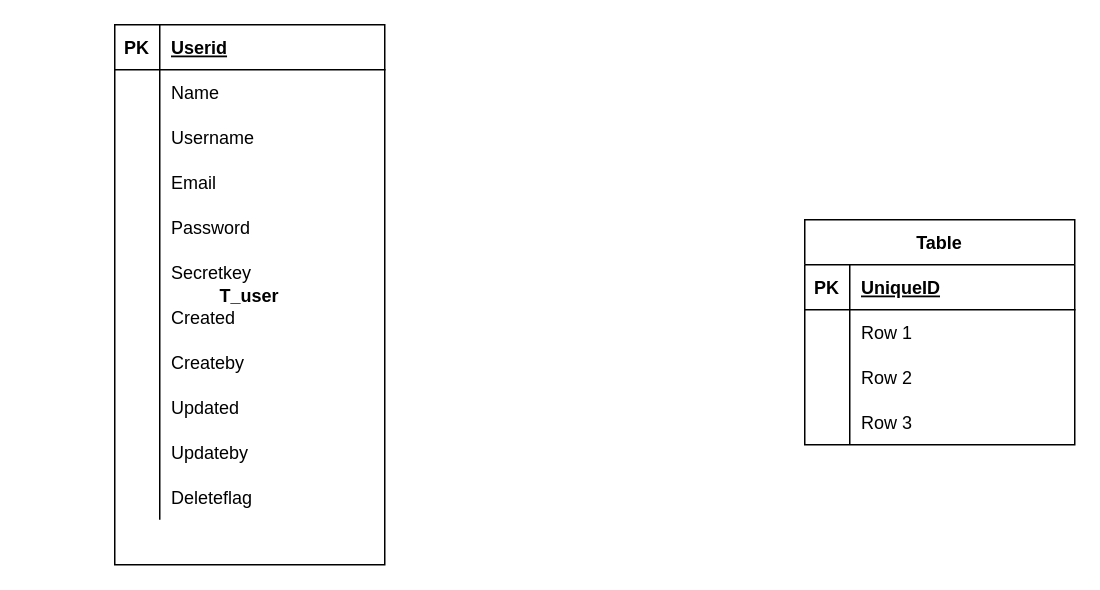
Before: erd/system/Ducelle-system.drawio in sluvie/ducelle-ERP, a draw.io diagram. Source tidied: cells renumbered, new cells numbered last; positions are measured from the earlier drawing's top-left corner, leaving out a move shared by most shapes. Both pictures are drawn from the tidied source at 150%, with x=0, y=0 at pixel (114, 24).
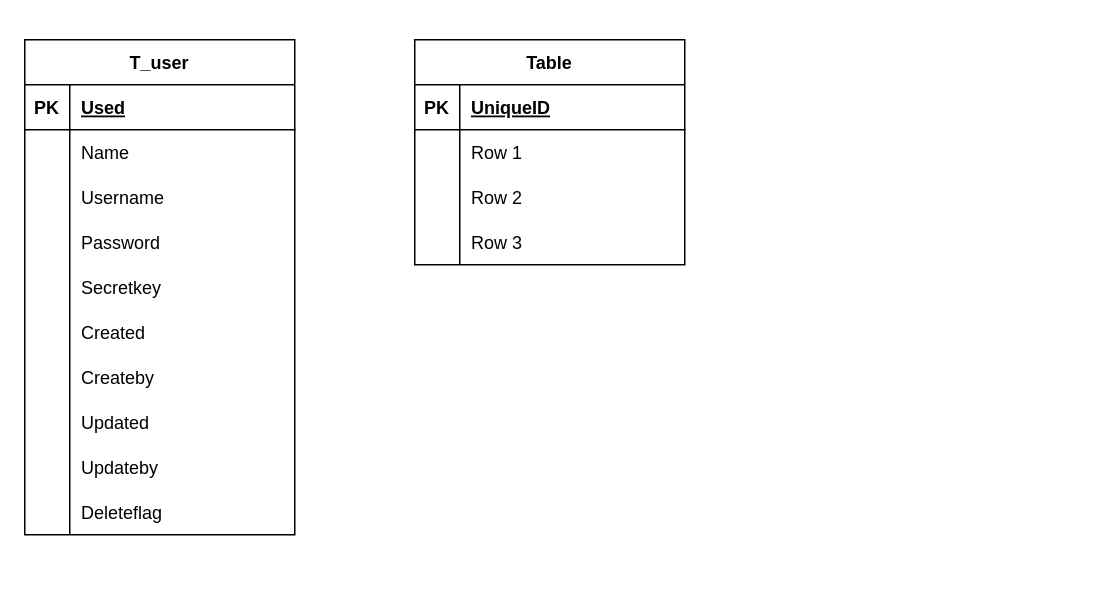
After the change.

The change refers to these unchanged cells:
```xml
<mxCell id="18" style="shape=tableRow;horizontal=0;startSize=0;swimlaneHead=0;swimlaneBody=0;fillColor=none;top=0;left=0;right=0;bottom=0;" parent="2" vertex="1">
  <mxGeometry y="150" width="180" height="30" as="geometry" />
</mxCell>
<mxCell id="21" style="shape=tableRow;horizontal=0;startSize=0;swimlaneHead=0;swimlaneBody=0;fillColor=none;top=0;left=0;right=0;bottom=0;" parent="2" vertex="1">
  <mxGeometry y="180" width="180" height="30" as="geometry" />
</mxCell>
<mxCell id="24" style="shape=tableRow;horizontal=0;startSize=0;swimlaneHead=0;swimlaneBody=0;fillColor=none;top=0;left=0;right=0;bottom=0;" parent="2" vertex="1">
  <mxGeometry y="210" width="180" height="30" as="geometry" />
</mxCell>
<mxCell id="27" style="shape=tableRow;horizontal=0;startSize=0;swimlaneHead=0;swimlaneBody=0;fillColor=none;top=0;left=0;right=0;bottom=0;" parent="2" vertex="1">
  <mxGeometry y="240" width="180" height="30" as="geometry" />
</mxCell>
<mxCell id="30" style="shape=tableRow;horizontal=0;startSize=0;swimlaneHead=0;swimlaneBody=0;fillColor=none;top=0;left=0;right=0;bottom=0;" parent="2" vertex="1">
  <mxGeometry y="270" width="180" height="30" as="geometry" />
</mxCell>
<mxCell id="33" style="shape=tableRow;horizontal=0;startSize=0;swimlaneHead=0;swimlaneBody=0;fillColor=none;top=0;left=0;right=0;bottom=0;" parent="2" vertex="1">
  <mxGeometry y="300" width="180" height="30" as="geometry" />
</mxCell>
```

The edit, as a diff of the source:
```diff
@@
+    <mxCell id="36" value="Table" style="shape=table;startSize=30;childLayout=tableLayout;rowLines=0;fontStyle=1;align=center;" parent="1" vertex="1">
+      <mxGeometry x="200" y="10" width="180" height="150" as="geometry" />
+    </mxCell>
+    <mxCell id="49" style="shape=tableRow;horizontal=0;startSize=0;swimlaneHead=0;swimlaneBody=0;fillColor=none;top=0;left=0;right=0;bottom=1;" parent="36" vertex="1">
+      <mxGeometry y="30" width="180" height="30" as="geometry" />
+    </mxCell>
+    <mxCell id="50" value="PK" style="shape=partialRectangle;fillColor=none;top=0;left=0;bottom=0;right=0;fontStyle=1;overflow=hidden;" parent="49" vertex="1">
+      <mxGeometry width="30" height="30" as="geometry" />
+    </mxCell>
+    <mxCell id="39" value="UniqueID" style="shape=partialRectangle;fillColor=none;top=0;left=0;bottom=0;right=0;align=left;spacingLeft=6;fontStyle=5;overflow=hidden;" parent="49" vertex="1">
+      <mxGeometry x="30" width="150" height="30" as="geometry" />
+    </mxCell>
+    <mxCell id="51" style="shape=tableRow;horizontal=0;startSize=0;swimlaneHead=0;swimlaneBody=0;fillColor=none;top=0;left=0;right=0;bottom=0;" parent="36" vertex="1">
+      <mxGeometry y="60" width="180" height="30" as="geometry" />
+    </mxCell>
+    <mxCell id="52" style="shape=partialRectangle;fillColor=none;top=0;left=0;bottom=0;right=0;overflow=hidden;" parent="51" vertex="1">
+      <mxGeometry width="30" height="30" as="geometry" />
+    </mxCell>
+    <mxCell id="42" value="Row 1" style="shape=partialRectangle;fillColor=none;top=0;left=0;bottom=0;right=0;align=left;spacingLeft=6;overflow=hidden;" parent="51" vertex="1">
+      <mxGeometry x="30" width="150" height="30" as="geometry" />
+    </mxCell>
+    <mxCell id="53" style="shape=tableRow;horizontal=0;startSize=0;swimlaneHead=0;swimlaneBody=0;fillColor=none;top=0;left=0;right=0;bottom=0;" parent="36" vertex="1">
+      <mxGeometry y="90" width="180" height="30" as="geometry" />
+    </mxCell>
+    <mxCell id="54" style="shape=partialRectangle;fillColor=none;top=0;left=0;bottom=0;right=0;overflow=hidden;" parent="53" vertex="1">
+      <mxGeometry width="30" height="30" as="geometry" />
+    </mxCell>
+    <mxCell id="45" value="Row 2" style="shape=partialRectangle;fillColor=none;top=0;left=0;bottom=0;right=0;align=left;spacingLeft=6;overflow=hidden;" parent="53" vertex="1">
+      <mxGeometry x="30" width="150" height="30" as="geometry" />
+    </mxCell>
+    <mxCell id="55" style="shape=tableRow;horizontal=0;startSize=0;swimlaneHead=0;swimlaneBody=0;fillColor=none;top=0;left=0;right=0;bottom=0;" parent="36" vertex="1">
+      <mxGeometry y="120" width="180" height="30" as="geometry" />
+    </mxCell>
+    <mxCell id="56" style="shape=partialRectangle;fillColor=none;top=0;left=0;bottom=0;right=0;overflow=hidden;" parent="55" vertex="1">
+      <mxGeometry width="30" height="30" as="geometry" />
+    </mxCell>
+    <mxCell id="48" value="Row 3" style="shape=partialRectangle;fillColor=none;top=0;left=0;bottom=0;right=0;align=left;spacingLeft=6;overflow=hidden;" parent="55" vertex="1">
+      <mxGeometry x="30" width="150" height="30" as="geometry" />
+    </mxCell>
-    <mxCell id="2" value="T_user" style="shape=table;startSize=0;childLayout=tableLayout;rowLines=0;fontStyle=1;align=center;" parent="1" vertex="1">
-      <mxGeometry width="180" height="360" as="geometry" />
+    <mxCell id="2" value="T_user" style="shape=table;startSize=30;childLayout=tableLayout;rowLines=0;fontStyle=1;align=center;" parent="1" vertex="1">
+      <mxGeometry x="-60" y="10" width="180" height="330" as="geometry" />
     </mxCell>
-    <mxCell id="3" style="shape=tableRow;horizontal=0;startSize=0;swimlaneHead=0;swimlaneBody=0;fillColor=none;top=0;left=0;right=0;bottom=1;" parent="2" vertex="1">
-      <mxGeometry width="180" height="30" as="geometry" />
-    </mxCell>
-    <mxCell id="4" value="PK" style="shape=partialRectangle;fillColor=none;top=0;left=0;bottom=0;right=0;fontStyle=1;overflow=hidden;" parent="3" vertex="1">
-      <mxGeometry width="30" height="30" as="geometry" />
-    </mxCell>
-    <mxCell id="5" value="Userid" style="shape=partialRectangle;fillColor=none;top=0;left=0;bottom=0;right=0;align=left;spacingLeft=6;fontStyle=5;overflow=hidden;" parent="3" vertex="1">
-      <mxGeometry x="30" width="150" height="30" as="geometry" />
-    </mxCell>
-    <mxCell id="6" style="shape=tableRow;horizontal=0;startSize=0;swimlaneHead=0;swimlaneBody=0;fillColor=none;top=0;left=0;right=0;bottom=0;" parent="2" vertex="1">
-      <mxGeometry y="30" width="180" height="30" as="geometry" />
-    </mxCell>
-    <mxCell id="7" style="shape=partialRectangle;fillColor=none;top=0;left=0;bottom=0;right=0;overflow=hidden;" parent="6" vertex="1">
-      <mxGeometry width="30" height="30" as="geometry" />
-    </mxCell>
+    <mxCell id="57" style="shape=tableRow;horizontal=0;startSize=0;swimlaneHead=0;swimlaneBody=0;fillColor=none;top=0;left=0;right=0;bottom=1;" parent="2" vertex="1">
+      <mxGeometry y="30" width="180" height="30" as="geometry" />
+    </mxCell>
+    <mxCell id="58" value="PK" style="shape=partialRectangle;fillColor=none;top=0;left=0;bottom=0;right=0;fontStyle=1;overflow=hidden;" parent="57" vertex="1">
+      <mxGeometry width="30" height="30" as="geometry" />
+    </mxCell>
+    <mxCell id="59" value="Used" style="shape=partialRectangle;fillColor=none;top=0;left=0;bottom=0;right=0;align=left;spacingLeft=6;fontStyle=5;overflow=hidden;" parent="57" vertex="1">
+      <mxGeometry x="30" width="150" height="30" as="geometry" />
+    </mxCell>
+    <mxCell id="60" style="shape=tableRow;horizontal=0;startSize=0;swimlaneHead=0;swimlaneBody=0;fillColor=none;top=0;left=0;right=0;bottom=0;" parent="2" vertex="1">
+      <mxGeometry y="60" width="180" height="30" as="geometry" />
+    </mxCell>
+    <mxCell id="61" style="shape=partialRectangle;fillColor=none;top=0;left=0;bottom=0;right=0;overflow=hidden;" parent="60" vertex="1">
+      <mxGeometry width="30" height="30" as="geometry" />
+    </mxCell>
-    <mxCell id="8" value="Name" style="shape=partialRectangle;fillColor=none;top=0;left=0;bottom=0;right=0;align=left;spacingLeft=6;overflow=hidden;" parent="6" vertex="1">
+    <mxCell id="8" value="Name" style="shape=partialRectangle;fillColor=none;top=0;left=0;bottom=0;right=0;align=left;spacingLeft=6;overflow=hidden;" parent="60" vertex="1">
       <mxGeometry x="30" width="150" height="30" as="geometry" />
     </mxCell>
-    <mxCell id="9" style="shape=tableRow;horizontal=0;startSize=0;swimlaneHead=0;swimlaneBody=0;fillColor=none;top=0;left=0;right=0;bottom=0;" parent="2" vertex="1">
-      <mxGeometry y="60" width="180" height="30" as="geometry" />
-    </mxCell>
-    <mxCell id="10" style="shape=partialRectangle;fillColor=none;top=0;left=0;bottom=0;right=0;overflow=hidden;" parent="9" vertex="1">
-      <mxGeometry width="30" height="30" as="geometry" />
-    </mxCell>
+    <mxCell id="62" style="shape=tableRow;horizontal=0;startSize=0;swimlaneHead=0;swimlaneBody=0;fillColor=none;top=0;left=0;right=0;bottom=0;" parent="2" vertex="1">
+      <mxGeometry y="90" width="180" height="30" as="geometry" />
+    </mxCell>
+    <mxCell id="63" style="shape=partialRectangle;fillColor=none;top=0;left=0;bottom=0;right=0;overflow=hidden;" parent="62" vertex="1">
+      <mxGeometry width="30" height="30" as="geometry" />
+    </mxCell>
-    <mxCell id="11" value="Username" style="shape=partialRectangle;fillColor=none;top=0;left=0;bottom=0;right=0;align=left;spacingLeft=6;overflow=hidden;" parent="9" vertex="1">
+    <mxCell id="11" value="Username" style="shape=partialRectangle;fillColor=none;top=0;left=0;bottom=0;right=0;align=left;spacingLeft=6;overflow=hidden;" parent="62" vertex="1">
       <mxGeometry x="30" width="150" height="30" as="geometry" />
     </mxCell>
-    <mxCell id="12" style="shape=tableRow;horizontal=0;startSize=0;swimlaneHead=0;swimlaneBody=0;fillColor=none;top=0;left=0;right=0;bottom=0;" parent="2" vertex="1">
-      <mxGeometry y="90" width="180" height="30" as="geometry" />
-    </mxCell>
-    <mxCell id="13" style="shape=partialRectangle;fillColor=none;top=0;left=0;bottom=0;right=0;overflow=hidden;" parent="12" vertex="1">
-      <mxGeometry width="30" height="30" as="geometry" />
-    </mxCell>
-    <mxCell id="14" value="Email" style="shape=partialRectangle;fillColor=none;top=0;left=0;bottom=0;right=0;align=left;spacingLeft=6;overflow=hidden;" parent="12" vertex="1">
-      <mxGeometry x="30" width="150" height="30" as="geometry" />
-    </mxCell>
-    <mxCell id="15" style="shape=tableRow;horizontal=0;startSize=0;swimlaneHead=0;swimlaneBody=0;fillColor=none;top=0;left=0;right=0;bottom=0;" parent="2" vertex="1">
-      <mxGeometry y="120" width="180" height="30" as="geometry" />
-    </mxCell>
-    <mxCell id="16" style="shape=partialRectangle;fillColor=none;top=0;left=0;bottom=0;right=0;overflow=hidden;" parent="15" vertex="1">
-      <mxGeometry width="30" height="30" as="geometry" />
-    </mxCell>
+    <mxCell id="64" style="shape=tableRow;horizontal=0;startSize=0;swimlaneHead=0;swimlaneBody=0;fillColor=none;top=0;left=0;right=0;bottom=0;" parent="2" vertex="1">
+      <mxGeometry y="120" width="180" height="30" as="geometry" />
+    </mxCell>
+    <mxCell id="65" style="shape=partialRectangle;fillColor=none;top=0;left=0;bottom=0;right=0;overflow=hidden;" parent="64" vertex="1">
+      <mxGeometry width="30" height="30" as="geometry" />
+    </mxCell>
-    <mxCell id="17" value="Password" style="shape=partialRectangle;fillColor=none;top=0;left=0;bottom=0;right=0;align=left;spacingLeft=6;overflow=hidden;" parent="15" vertex="1">
+    <mxCell id="17" value="Password" style="shape=partialRectangle;fillColor=none;top=0;left=0;bottom=0;right=0;align=left;spacingLeft=6;overflow=hidden;" parent="64" vertex="1">
       <mxGeometry x="30" width="150" height="30" as="geometry" />
     </mxCell>
@@
-    <mxCell id="19" style="shape=partialRectangle;fillColor=none;top=0;left=0;bottom=0;right=0;overflow=hidden;" parent="18" vertex="1">
-      <mxGeometry width="30" height="30" as="geometry" />
-    </mxCell>
+    <mxCell id="66" style="shape=partialRectangle;fillColor=none;top=0;left=0;bottom=0;right=0;overflow=hidden;" parent="18" vertex="1">
+      <mxGeometry width="30" height="30" as="geometry" />
+    </mxCell>
@@
-    <mxCell id="22" style="shape=partialRectangle;fillColor=none;top=0;left=0;bottom=0;right=0;overflow=hidden;" parent="21" vertex="1">
-      <mxGeometry width="30" height="30" as="geometry" />
-    </mxCell>
+    <mxCell id="67" style="shape=partialRectangle;fillColor=none;top=0;left=0;bottom=0;right=0;overflow=hidden;" parent="21" vertex="1">
+      <mxGeometry width="30" height="30" as="geometry" />
+    </mxCell>
@@
-    <mxCell id="25" style="shape=partialRectangle;fillColor=none;top=0;left=0;bottom=0;right=0;overflow=hidden;" parent="24" vertex="1">
-      <mxGeometry width="30" height="30" as="geometry" />
-    </mxCell>
+    <mxCell id="68" style="shape=partialRectangle;fillColor=none;top=0;left=0;bottom=0;right=0;overflow=hidden;" parent="24" vertex="1">
+      <mxGeometry width="30" height="30" as="geometry" />
+    </mxCell>
@@
-    <mxCell id="28" style="shape=partialRectangle;fillColor=none;top=0;left=0;bottom=0;right=0;overflow=hidden;" parent="27" vertex="1">
-      <mxGeometry width="30" height="30" as="geometry" />
-    </mxCell>
+    <mxCell id="69" style="shape=partialRectangle;fillColor=none;top=0;left=0;bottom=0;right=0;overflow=hidden;" parent="27" vertex="1">
+      <mxGeometry width="30" height="30" as="geometry" />
+    </mxCell>
@@
-    <mxCell id="31" style="shape=partialRectangle;fillColor=none;top=0;left=0;bottom=0;right=0;overflow=hidden;" parent="30" vertex="1">
-      <mxGeometry width="30" height="30" as="geometry" />
-    </mxCell>
+    <mxCell id="70" style="shape=partialRectangle;fillColor=none;top=0;left=0;bottom=0;right=0;overflow=hidden;" parent="30" vertex="1">
+      <mxGeometry width="30" height="30" as="geometry" />
+    </mxCell>
@@
-    <mxCell id="34" style="shape=partialRectangle;fillColor=none;top=0;left=0;bottom=0;right=0;overflow=hidden;" parent="33" vertex="1">
-      <mxGeometry width="30" height="30" as="geometry" />
-    </mxCell>
+    <mxCell id="71" style="shape=partialRectangle;fillColor=none;top=0;left=0;bottom=0;right=0;overflow=hidden;" parent="33" vertex="1">
+      <mxGeometry width="30" height="30" as="geometry" />
+    </mxCell>
@@
-    <mxCell id="36" value="Table" style="shape=table;startSize=30;childLayout=tableLayout;rowLines=0;fontStyle=1;align=center;" parent="1" vertex="1">
-      <mxGeometry x="460" y="130" width="180" height="150" as="geometry" />
-    </mxCell>
-    <mxCell id="37" style="shape=tableRow;horizontal=0;startSize=0;swimlaneHead=0;swimlaneBody=0;fillColor=none;top=0;left=0;right=0;bottom=1;" parent="36" vertex="1">
-      <mxGeometry y="30" width="180" height="30" as="geometry" />
-    </mxCell>
-    <mxCell id="38" value="PK" style="shape=partialRectangle;fillColor=none;top=0;left=0;bottom=0;right=0;fontStyle=1;overflow=hidden;" parent="37" vertex="1">
-      <mxGeometry width="30" height="30" as="geometry" />
-    </mxCell>
-    <mxCell id="39" value="UniqueID" style="shape=partialRectangle;fillColor=none;top=0;left=0;bottom=0;right=0;align=left;spacingLeft=6;fontStyle=5;overflow=hidden;" parent="37" vertex="1">
-      <mxGeometry x="30" width="150" height="30" as="geometry" />
-    </mxCell>
-    <mxCell id="40" style="shape=tableRow;horizontal=0;startSize=0;swimlaneHead=0;swimlaneBody=0;fillColor=none;top=0;left=0;right=0;bottom=0;" parent="36" vertex="1">
-      <mxGeometry y="60" width="180" height="30" as="geometry" />
-    </mxCell>
-    <mxCell id="41" style="shape=partialRectangle;fillColor=none;top=0;left=0;bottom=0;right=0;overflow=hidden;" parent="40" vertex="1">
-      <mxGeometry width="30" height="30" as="geometry" />
-    </mxCell>
-    <mxCell id="42" value="Row 1" style="shape=partialRectangle;fillColor=none;top=0;left=0;bottom=0;right=0;align=left;spacingLeft=6;overflow=hidden;" parent="40" vertex="1">
-      <mxGeometry x="30" width="150" height="30" as="geometry" />
-    </mxCell>
-    <mxCell id="43" style="shape=tableRow;horizontal=0;startSize=0;swimlaneHead=0;swimlaneBody=0;fillColor=none;top=0;left=0;right=0;bottom=0;" parent="36" vertex="1">
-      <mxGeometry y="90" width="180" height="30" as="geometry" />
-    </mxCell>
-    <mxCell id="44" style="shape=partialRectangle;fillColor=none;top=0;left=0;bottom=0;right=0;overflow=hidden;" parent="43" vertex="1">
-      <mxGeometry width="30" height="30" as="geometry" />
-    </mxCell>
-    <mxCell id="45" value="Row 2" style="shape=partialRectangle;fillColor=none;top=0;left=0;bottom=0;right=0;align=left;spacingLeft=6;overflow=hidden;" parent="43" vertex="1">
-      <mxGeometry x="30" width="150" height="30" as="geometry" />
-    </mxCell>
-    <mxCell id="46" style="shape=tableRow;horizontal=0;startSize=0;swimlaneHead=0;swimlaneBody=0;fillColor=none;top=0;left=0;right=0;bottom=0;" parent="36" vertex="1">
-      <mxGeometry y="120" width="180" height="30" as="geometry" />
-    </mxCell>
-    <mxCell id="47" style="shape=partialRectangle;fillColor=none;top=0;left=0;bottom=0;right=0;overflow=hidden;" parent="46" vertex="1">
-      <mxGeometry width="30" height="30" as="geometry" />
-    </mxCell>
-    <mxCell id="48" value="Row 3" style="shape=partialRectangle;fillColor=none;top=0;left=0;bottom=0;right=0;align=left;spacingLeft=6;overflow=hidden;" parent="46" vertex="1">
-      <mxGeometry x="30" width="150" height="30" as="geometry" />
-    </mxCell>
```
